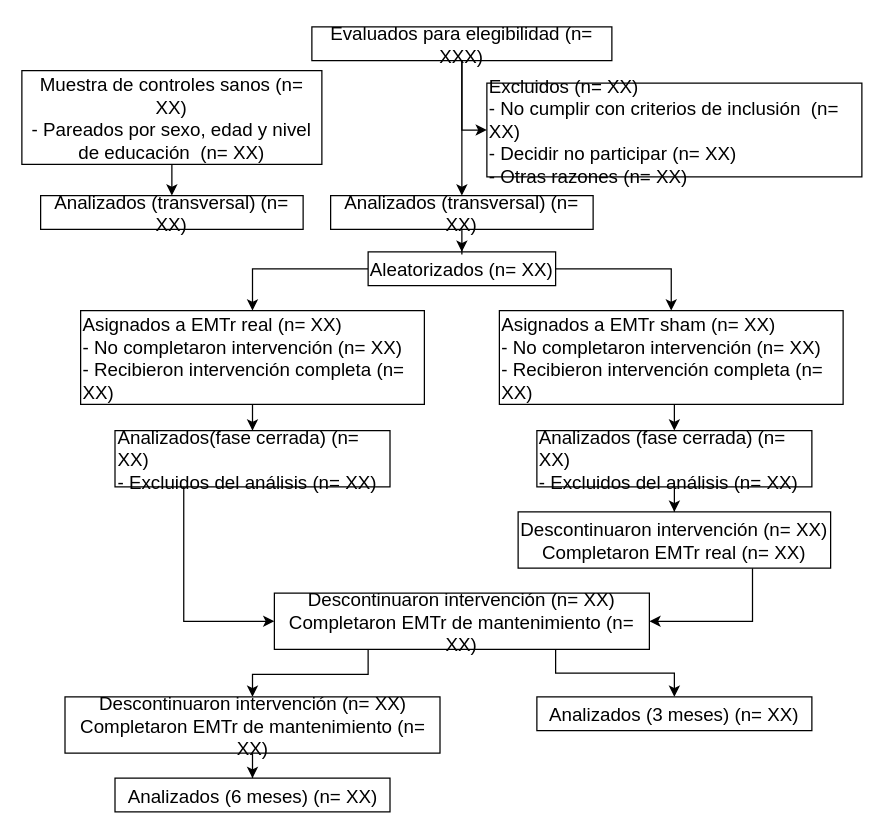
Earlier version of the draw.io diagram Figures/participantFlow.drawio (soffiafdz/TesisINB). Source tidied: cells renumbered, new cells numbered last; positions are measured from the earlier drawing's top-left corner, leaving out a move shared by most shapes. Both pictures are drawn from the tidied source at 125%, with x=0, y=0 at pixel (21, 26).
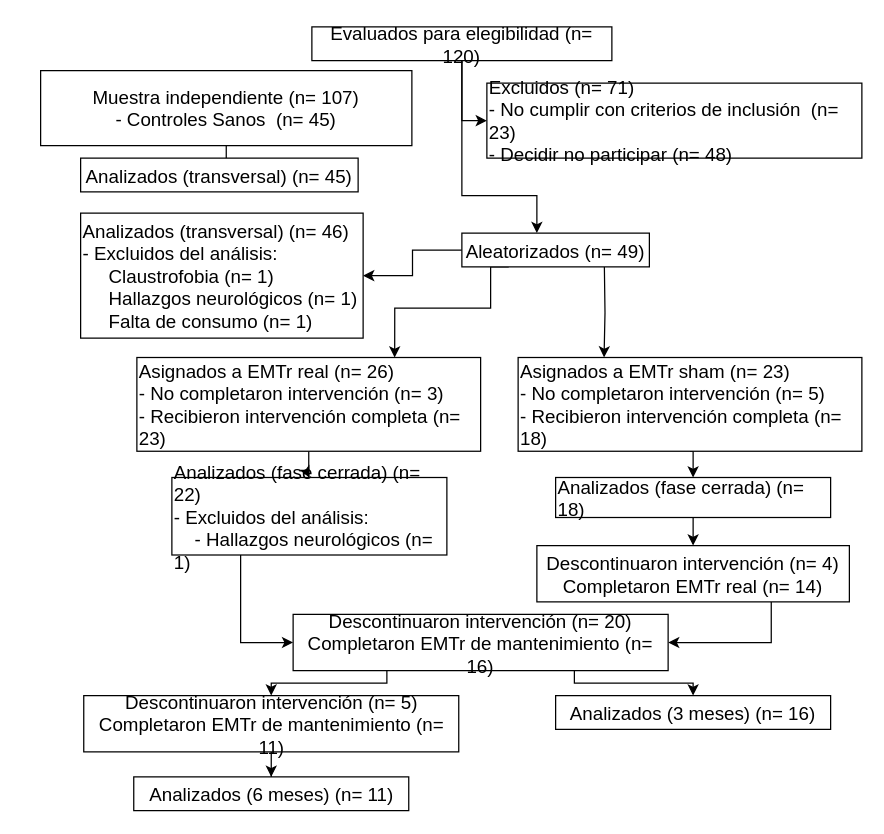
The same page after the edit.

Change to the diagram source:
```diff
@@
+    <mxCell id="31" style="edgeStyle=orthogonalEdgeStyle;rounded=0;jettySize=auto;html=1;" parent="1" edge="1" source="2" target="7">
+      <mxGeometry relative="1" as="geometry">
+        <Array as="points">
+          <mxPoint x="352" y="135" />
+          <mxPoint x="412" y="135" />
+        </Array>
+      </mxGeometry>
+    </mxCell>
-    <mxCell id="2" value="&lt;font style=&quot;font-size: 15px&quot;&gt;Evaluados para elegibilidad (n= XXX)&lt;/font&gt;" style="rounded=0;whiteSpace=wrap;html=1;rotation=0;" parent="1" vertex="1">
+    <mxCell id="2" value="&lt;font style=&quot;font-size: 15px&quot;&gt;Evaluados para elegibilidad (n= 120)&lt;/font&gt;" style="rounded=0;whiteSpace=wrap;html=1;rotation=0;" parent="1" vertex="1">
       <mxGeometry x="232" width="240" height="27" as="geometry" />
     </mxCell>
-    <mxCell id="3" value="&lt;div style=&quot;font-size: 15px&quot; align=&quot;left&quot;&gt;&lt;font style=&quot;font-size: 15px&quot;&gt;Excluidos (n= XX)&lt;br&gt;- No cumplir con criterios de inclusión&amp;nbsp; (n= XX)&lt;br&gt;- Decidir no participar (n= XX)&lt;br&gt;- Otras razones (n= XX)&lt;/font&gt;&lt;/div&gt;" style="rounded=0;whiteSpace=wrap;html=1;align=left;rotation=0;" parent="1" vertex="1" collapsed="1">
-      <mxGeometry x="372" y="45" width="300" height="75" as="geometry" />
+    <mxCell id="3" value="&lt;div style=&quot;font-size: 15px&quot; align=&quot;left&quot;&gt;&lt;font style=&quot;font-size: 15px&quot;&gt;Excluidos (n= 71)&lt;br&gt;- No cumplir con criterios de inclusión&amp;nbsp; (n= 23)&lt;br&gt;- Decidir no participar (n= 48)&lt;br&gt;&lt;/font&gt;&lt;/div&gt;" style="rounded=0;whiteSpace=wrap;html=1;align=left;rotation=0;" parent="1" vertex="1" collapsed="1">
+      <mxGeometry x="372" y="45" width="300" height="60" as="geometry" />
     </mxCell>
@@
-    <mxCell id="5" style="edgeStyle=orthogonalEdgeStyle;rounded=0;jettySize=auto;html=1;exitX=1;exitY=0.5;exitDx=0;exitDy=0;" parent="1" edge="1" source="7" target="12">
-      <mxGeometry relative="1" as="geometry" />
-    </mxCell>
+    <mxCell id="32" style="edgeStyle=orthogonalEdgeStyle;rounded=0;jettySize=auto;html=1;entryX=1;entryY=0.5;entryDx=0;entryDy=0;" parent="1" edge="1" source="7" target="21">
+      <mxGeometry relative="1" as="geometry" />
+    </mxCell>
-    <mxCell id="6" style="edgeStyle=orthogonalEdgeStyle;rounded=0;jettySize=auto;html=1;exitX=0;exitY=0.5;exitDx=0;exitDy=0;entryX=0.5;entryY=0;entryDx=0;entryDy=0;" parent="1" edge="1" source="7" target="10">
-      <mxGeometry relative="1" as="geometry" />
+    <mxCell id="6" style="edgeStyle=orthogonalEdgeStyle;rounded=0;jettySize=auto;html=1;exitX=0.25;exitY=1;exitDx=0;exitDy=0;entryX=0.75;entryY=0;entryDx=0;entryDy=0;" parent="1" edge="1" source="7" target="10">
+      <mxGeometry relative="1" as="geometry">
+        <Array as="points">
+          <mxPoint x="375" y="225" />
+          <mxPoint x="298" y="225" />
+        </Array>
+      </mxGeometry>
     </mxCell>
+    <mxCell id="33" style="edgeStyle=orthogonalEdgeStyle;rounded=0;jettySize=auto;html=1;entryX=0.25;entryY=0;entryDx=0;entryDy=0;" parent="1" edge="1" target="12">
+      <mxGeometry relative="1" as="geometry">
+        <mxPoint x="466" y="192" as="sourcePoint" />
+      </mxGeometry>
+    </mxCell>
-    <mxCell id="7" value="&lt;font style=&quot;font-size: 15px&quot;&gt;Aleatorizados (n= XX)&lt;/font&gt;" style="rounded=0;whiteSpace=wrap;html=1;rotation=0;" parent="1" vertex="1">
-      <mxGeometry x="277" y="180" width="150" height="27" as="geometry" />
+    <mxCell id="7" value="&lt;font style=&quot;font-size: 15px&quot;&gt;Aleatorizados (n= 49)&lt;/font&gt;" style="rounded=0;whiteSpace=wrap;html=1;rotation=0;" parent="1" vertex="1">
+      <mxGeometry x="352" y="165" width="150" height="27" as="geometry" />
     </mxCell>
-    <mxCell id="8" style="edgeStyle=orthogonalEdgeStyle;rounded=0;jettySize=auto;html=1;exitX=0.5;exitY=1;exitDx=0;exitDy=0;entryX=0.5;entryY=0;entryDx=0;entryDy=0;" parent="1" edge="1" source="2" target="21">
-      <mxGeometry relative="1" as="geometry" />
-    </mxCell>
@@
-    <mxCell id="10" value="&lt;div style=&quot;font-size: 15px&quot; align=&quot;left&quot;&gt;&lt;font style=&quot;font-size: 15px&quot;&gt;Asignados a EMTr real (n= XX)&lt;br&gt;- No completaron intervención  (n= XX)&lt;br&gt;- Recibieron intervención completa (n= XX)&lt;br&gt;&lt;/font&gt;&lt;/div&gt;" style="rounded=0;whiteSpace=wrap;html=1;align=left;rotation=0;" parent="1" vertex="1">
-      <mxGeometry x="47" y="227" width="275" height="75" as="geometry" />
+    <mxCell id="10" value="&lt;div style=&quot;font-size: 15px&quot; align=&quot;left&quot;&gt;&lt;font style=&quot;font-size: 15px&quot;&gt;Asignados a EMTr real (n= 26)&lt;br&gt;- No completaron intervención  (n= 3)&lt;br&gt;- Recibieron intervención completa (n= 23)&lt;br&gt;&lt;/font&gt;&lt;/div&gt;" style="rounded=0;whiteSpace=wrap;html=1;align=left;rotation=0;" parent="1" vertex="1">
+      <mxGeometry x="92" y="264.5" width="275" height="75" as="geometry" />
     </mxCell>
@@
-    <mxCell id="12" value="&lt;font style=&quot;font-size: 15px&quot;&gt;Asignados a EMTr sham (n= XX)&lt;br&gt;&lt;/font&gt;&lt;div style=&quot;font-size: 15px&quot; align=&quot;left&quot;&gt;&lt;font style=&quot;font-size: 15px&quot;&gt;- No completaron intervención (n= XX)&lt;br&gt;- Recibieron intervención completa (n= XX)&lt;br&gt;&lt;/font&gt;&lt;/div&gt;" style="rounded=0;whiteSpace=wrap;html=1;align=left;rotation=0;" parent="1" vertex="1">
-      <mxGeometry x="382" y="227" width="275" height="75" as="geometry" />
+    <mxCell id="12" value="&lt;font style=&quot;font-size: 15px&quot;&gt;Asignados a EMTr sham (n= 23)&lt;br&gt;&lt;/font&gt;&lt;div style=&quot;font-size: 15px&quot; align=&quot;left&quot;&gt;&lt;font style=&quot;font-size: 15px&quot;&gt;- No completaron intervención (n= 5)&lt;br&gt;- Recibieron intervención completa (n= 18)&lt;br&gt;&lt;/font&gt;&lt;/div&gt;" style="rounded=0;whiteSpace=wrap;html=1;align=left;rotation=0;" parent="1" vertex="1">
+      <mxGeometry x="397" y="264.5" width="275" height="75" as="geometry" />
     </mxCell>
@@
-    <mxCell id="14" value="&lt;div style=&quot;font-size: 15px&quot; align=&quot;left&quot;&gt;&lt;font style=&quot;font-size: 15px&quot;&gt;Analizados (fase cerrada) (n= XX)&lt;/font&gt;&lt;/div&gt;&lt;div style=&quot;font-size: 15px&quot; align=&quot;left&quot;&gt;&lt;font style=&quot;font-size: 15px&quot;&gt;- Excluidos del análisis (n= XX)&lt;br&gt;&lt;/font&gt;&lt;/div&gt;" style="rounded=0;whiteSpace=wrap;html=1;align=left;rotation=0;" parent="1" vertex="1">
-      <mxGeometry x="412" y="323" width="220" height="45" as="geometry" />
+    <mxCell id="14" value="&lt;div style=&quot;font-size: 15px&quot; align=&quot;left&quot;&gt;&lt;font style=&quot;font-size: 15px&quot;&gt;Analizados (fase cerrada) (n= 18)&lt;/font&gt;&lt;/div&gt;" style="rounded=0;whiteSpace=wrap;html=1;align=left;rotation=0;" parent="1" vertex="1">
+      <mxGeometry x="427" y="360.5" width="220" height="32" as="geometry" />
     </mxCell>
     <mxCell id="15" style="edgeStyle=orthogonalEdgeStyle;rounded=0;jettySize=auto;html=1;exitX=0.75;exitY=1;exitDx=0;exitDy=0;entryX=1;entryY=0.5;entryDx=0;entryDy=0;" parent="1" edge="1" source="16" target="26">
-      <mxGeometry relative="1" as="geometry" />
+      <mxGeometry relative="1" as="geometry">
+        <Array as="points">
+          <mxPoint x="600" y="493" />
+        </Array>
+      </mxGeometry>
     </mxCell>
-    <mxCell id="16" value="&lt;div style=&quot;font-size: 15px&quot; align=&quot;center&quot;&gt;&lt;font style=&quot;font-size: 15px&quot;&gt;Descontinuaron intervención (n= XX)&lt;/font&gt;&lt;/div&gt;&lt;div style=&quot;font-size: 15px&quot; align=&quot;center&quot;&gt;&lt;font style=&quot;font-size: 15px&quot;&gt;Completaron EMTr real (n= XX)&lt;br&gt;&lt;/font&gt;&lt;/div&gt;" style="rounded=0;whiteSpace=wrap;html=1;align=center;rotation=0;" parent="1" vertex="1">
-      <mxGeometry x="397" y="388" width="250" height="45" as="geometry" />
+    <mxCell id="16" value="&lt;div style=&quot;font-size: 15px&quot; align=&quot;center&quot;&gt;&lt;font style=&quot;font-size: 15px&quot;&gt;Descontinuaron intervención (n= 4)&lt;/font&gt;&lt;/div&gt;&lt;div style=&quot;font-size: 15px&quot; align=&quot;center&quot;&gt;&lt;font style=&quot;font-size: 15px&quot;&gt;Completaron EMTr real (n= 14)&lt;br&gt;&lt;/font&gt;&lt;/div&gt;" style="rounded=0;whiteSpace=wrap;html=1;align=center;rotation=0;" parent="1" vertex="1">
+      <mxGeometry x="412" y="415" width="250" height="45" as="geometry" />
     </mxCell>
-    <mxCell id="17" style="edgeStyle=orthogonalEdgeStyle;rounded=0;jettySize=auto;html=1;" parent="1" edge="1" source="18" target="19">
+    <mxCell id="17" style="edgeStyle=orthogonalEdgeStyle;rounded=0;jettySize=auto;html=1;entryX=0.5;entryY=0;entryDx=0;entryDy=0;" parent="1" edge="1" source="18" target="19">
       <mxGeometry relative="1" as="geometry" />
     </mxCell>
-    <mxCell id="18" value="&lt;font style=&quot;font-size: 15px&quot;&gt;Muestra de controles sanos (n= XX)&lt;br&gt;&lt;/font&gt;&lt;div style=&quot;font-size: 15px&quot; align=&quot;center&quot;&gt;&lt;font style=&quot;font-size: 15px&quot;&gt;- Pareados por sexo, edad y nivel&lt;br&gt;de educación&amp;nbsp; (n= XX)&lt;br&gt;&lt;/font&gt;&lt;/div&gt;" style="rounded=0;whiteSpace=wrap;html=1;align=center;rotation=0;" parent="1" vertex="1">
-      <mxGeometry y="35" width="240" height="75" as="geometry" />
+    <mxCell id="18" value="&lt;font style=&quot;font-size: 15px&quot;&gt;Muestra independiente (n= 107)&lt;br&gt;&lt;/font&gt;&lt;div style=&quot;font-size: 15px&quot; align=&quot;center&quot;&gt;&lt;font style=&quot;font-size: 15px&quot;&gt;- Controles Sanos&amp;nbsp; (n= 45)&lt;br&gt;&lt;/font&gt;&lt;/div&gt;" style="rounded=0;whiteSpace=wrap;html=1;align=center;rotation=0;" parent="1" vertex="1">
+      <mxGeometry x="15" y="35" width="297" height="60" as="geometry" />
     </mxCell>
-    <mxCell id="19" value="&lt;div style=&quot;font-size: 15px&quot; align=&quot;center&quot;&gt;&lt;font style=&quot;font-size: 15px&quot;&gt;Analizados (transversal) (n= XX)&lt;br&gt;&lt;/font&gt;&lt;/div&gt;" style="rounded=0;whiteSpace=wrap;html=1;align=center;rotation=0;" parent="1" vertex="1">
-      <mxGeometry x="15" y="135" width="210" height="27" as="geometry" />
+    <mxCell id="19" value="&lt;div style=&quot;font-size: 15px&quot; align=&quot;center&quot;&gt;&lt;font style=&quot;font-size: 15px&quot;&gt;Analizados (transversal) (n= 45)&lt;br&gt;&lt;/font&gt;&lt;/div&gt;" style="rounded=0;whiteSpace=wrap;html=1;align=center;rotation=0;" parent="1" vertex="1">
+      <mxGeometry x="47" y="105" width="222" height="27" as="geometry" />
     </mxCell>
-    <mxCell id="20" style="edgeStyle=orthogonalEdgeStyle;rounded=0;jettySize=auto;html=1;entryX=0.5;entryY=0;entryDx=0;entryDy=0;" parent="1" edge="1" source="21" target="7">
-      <mxGeometry relative="1" as="geometry" />
-    </mxCell>
-    <mxCell id="21" value="&lt;font style=&quot;font-size: 15px&quot;&gt;Analizados (transversal) (n= XX)&lt;/font&gt;" style="rounded=0;whiteSpace=wrap;html=1;rotation=0;" parent="1" vertex="1">
-      <mxGeometry x="247" y="135" width="210" height="27" as="geometry" />
+    <mxCell id="21" value="&lt;div&gt;&lt;font style=&quot;font-size: 15px&quot;&gt;Analizados (transversal) (n= 46)&lt;/font&gt;&lt;br&gt;&lt;font style=&quot;font-size: 15px&quot;&gt;- Excluidos del análisis:&lt;/font&gt;&lt;br&gt;&lt;div align=&quot;left&quot;&gt;&lt;font style=&quot;font-size: 15px&quot;&gt;&amp;nbsp;&amp;nbsp;&amp;nbsp;&amp;nbsp; Claustrofobia (n= 1)&lt;/font&gt;&lt;br&gt;&lt;/div&gt;&lt;/div&gt;&lt;div align=&quot;left&quot;&gt;&lt;font style=&quot;font-size: 15px&quot;&gt;&amp;nbsp;&amp;nbsp;&amp;nbsp;&amp;nbsp; Hallazgos neurológicos (n= 1)&lt;/font&gt;&lt;/div&gt;&lt;div align=&quot;left&quot;&gt;&lt;font style=&quot;font-size: 15px&quot;&gt;&amp;nbsp;&amp;nbsp;&amp;nbsp;&amp;nbsp; Falta de consumo (n= 1)&lt;br&gt;&lt;/font&gt;&lt;/div&gt;" style="rounded=0;whiteSpace=wrap;html=1;rotation=0;align=left;" parent="1" vertex="1">
+      <mxGeometry x="47" y="149" width="226" height="100" as="geometry" />
     </mxCell>
@@
-    <mxCell id="23" value="&lt;div style=&quot;font-size: 15px&quot; align=&quot;left&quot;&gt;&lt;font style=&quot;font-size: 15px&quot;&gt;Analizados(fase cerrada) (n= XX)&lt;/font&gt;&lt;/div&gt;&lt;div style=&quot;font-size: 15px&quot; align=&quot;left&quot;&gt;&lt;font style=&quot;font-size: 15px&quot;&gt;- Excluidos del análisis (n= XX)&lt;br&gt;&lt;/font&gt;&lt;/div&gt;" style="rounded=0;whiteSpace=wrap;html=1;align=left;rotation=0;" parent="1" vertex="1">
-      <mxGeometry x="74.5" y="323" width="220" height="45" as="geometry" />
+    <mxCell id="23" value="&lt;div style=&quot;font-size: 15px&quot; align=&quot;left&quot;&gt;&lt;font style=&quot;font-size: 15px&quot;&gt;Analizados (fase cerrada) (n= 22)&lt;/font&gt;&lt;/div&gt;&lt;div style=&quot;font-size: 15px&quot; align=&quot;left&quot;&gt;&lt;font style=&quot;font-size: 15px&quot;&gt;- Excluidos del análisis:&lt;br&gt;&amp;nbsp;&amp;nbsp;&amp;nbsp; - Hallazgos neurológicos (n= 1)&lt;br&gt;&lt;/font&gt;&lt;/div&gt;" style="rounded=0;whiteSpace=wrap;html=1;align=left;rotation=0;" parent="1" vertex="1">
+      <mxGeometry x="120" y="360.5" width="220" height="62" as="geometry" />
     </mxCell>
     <mxCell id="24" style="edgeStyle=orthogonalEdgeStyle;rounded=0;jettySize=auto;html=1;exitX=0.25;exitY=1;exitDx=0;exitDy=0;entryX=0.5;entryY=0;entryDx=0;entryDy=0;" parent="1" edge="1" source="26" target="28">
-      <mxGeometry relative="1" as="geometry" />
+      <mxGeometry relative="1" as="geometry">
+        <Array as="points">
+          <mxPoint x="292" y="525" />
+          <mxPoint x="200" y="525" />
+        </Array>
+      </mxGeometry>
     </mxCell>
     <mxCell id="25" style="edgeStyle=orthogonalEdgeStyle;rounded=0;jettySize=auto;html=1;exitX=0.75;exitY=1;exitDx=0;exitDy=0;entryX=0.5;entryY=0;entryDx=0;entryDy=0;" parent="1" edge="1" source="26" target="30">
       <mxGeometry relative="1" as="geometry">
         <Array as="points">
-          <mxPoint x="427" y="517" />
-          <mxPoint x="522" y="517" />
+          <mxPoint x="442" y="525" />
+          <mxPoint x="537" y="525" />
         </Array>
       </mxGeometry>
     </mxCell>
-    <mxCell id="26" value="&lt;font style=&quot;font-size: 15px&quot;&gt;Descontinuaron intervención (n= XX)&lt;/font&gt;&lt;div style=&quot;font-size: 15px&quot; align=&quot;center&quot;&gt;&lt;font style=&quot;font-size: 15px&quot;&gt;Completaron EMTr de mantenimiento (n= XX)&lt;br&gt;&lt;/font&gt;&lt;/div&gt;" style="rounded=0;whiteSpace=wrap;html=1;align=center;rotation=0;" parent="1" vertex="1">
-      <mxGeometry x="202" y="453" width="300" height="45" as="geometry" />
+    <mxCell id="26" value="&lt;font style=&quot;font-size: 15px&quot;&gt;Descontinuaron intervención (n= 20)&lt;/font&gt;&lt;div style=&quot;font-size: 15px&quot; align=&quot;center&quot;&gt;&lt;font style=&quot;font-size: 15px&quot;&gt;Completaron EMTr de mantenimiento (n= 16)&lt;br&gt;&lt;/font&gt;&lt;/div&gt;" style="rounded=0;whiteSpace=wrap;html=1;align=center;rotation=0;" parent="1" vertex="1">
+      <mxGeometry x="217" y="470" width="300" height="45" as="geometry" />
     </mxCell>
@@
-    <mxCell id="28" value="&lt;font style=&quot;font-size: 15px&quot;&gt;Descontinuaron intervención (n= XX)&lt;/font&gt;&lt;div style=&quot;font-size: 15px&quot; align=&quot;center&quot;&gt;&lt;font style=&quot;font-size: 15px&quot;&gt;Completaron EMTr de mantenimiento (n= XX)&lt;br&gt;&lt;/font&gt;&lt;/div&gt;" style="rounded=0;whiteSpace=wrap;html=1;align=center;rotation=0;" parent="1" vertex="1">
-      <mxGeometry x="34.5" y="536" width="300" height="45" as="geometry" />
+    <mxCell id="28" value="&lt;font style=&quot;font-size: 15px&quot;&gt;Descontinuaron intervención (n= 5)&lt;/font&gt;&lt;div style=&quot;font-size: 15px&quot; align=&quot;center&quot;&gt;&lt;font style=&quot;font-size: 15px&quot;&gt;Completaron EMTr de mantenimiento (n= 11)&lt;br&gt;&lt;/font&gt;&lt;/div&gt;" style="rounded=0;whiteSpace=wrap;html=1;align=center;rotation=0;" parent="1" vertex="1">
+      <mxGeometry x="49.5" y="535" width="300" height="45" as="geometry" />
     </mxCell>
-    <mxCell id="29" value="&lt;div align=&quot;center&quot;&gt;&lt;font style=&quot;font-size: 15px&quot;&gt;Analizados (6 meses) (n= XX)&lt;/font&gt;&lt;/div&gt;" style="rounded=0;whiteSpace=wrap;html=1;align=center;rotation=0;" parent="1" vertex="1">
-      <mxGeometry x="74.5" y="601" width="220" height="27" as="geometry" />
+    <mxCell id="29" value="&lt;div align=&quot;center&quot;&gt;&lt;font style=&quot;font-size: 15px&quot;&gt;Analizados (6 meses) (n= 11)&lt;/font&gt;&lt;/div&gt;" style="rounded=0;whiteSpace=wrap;html=1;align=center;rotation=0;" parent="1" vertex="1">
+      <mxGeometry x="89.5" y="600" width="220" height="27" as="geometry" />
     </mxCell>
-    <mxCell id="30" value="&lt;div align=&quot;center&quot;&gt;&lt;font style=&quot;font-size: 15px&quot;&gt;Analizados (3 meses) (n= XX)&lt;/font&gt;&lt;/div&gt;" style="rounded=0;whiteSpace=wrap;html=1;align=center;rotation=0;" parent="1" vertex="1">
-      <mxGeometry x="412" y="536" width="220" height="27" as="geometry" />
+    <mxCell id="30" value="&lt;div align=&quot;center&quot;&gt;&lt;font style=&quot;font-size: 15px&quot;&gt;Analizados (3 meses) (n= 16)&lt;/font&gt;&lt;/div&gt;" style="rounded=0;whiteSpace=wrap;html=1;align=center;rotation=0;" parent="1" vertex="1">
+      <mxGeometry x="427" y="535" width="220" height="27" as="geometry" />
     </mxCell>
```
